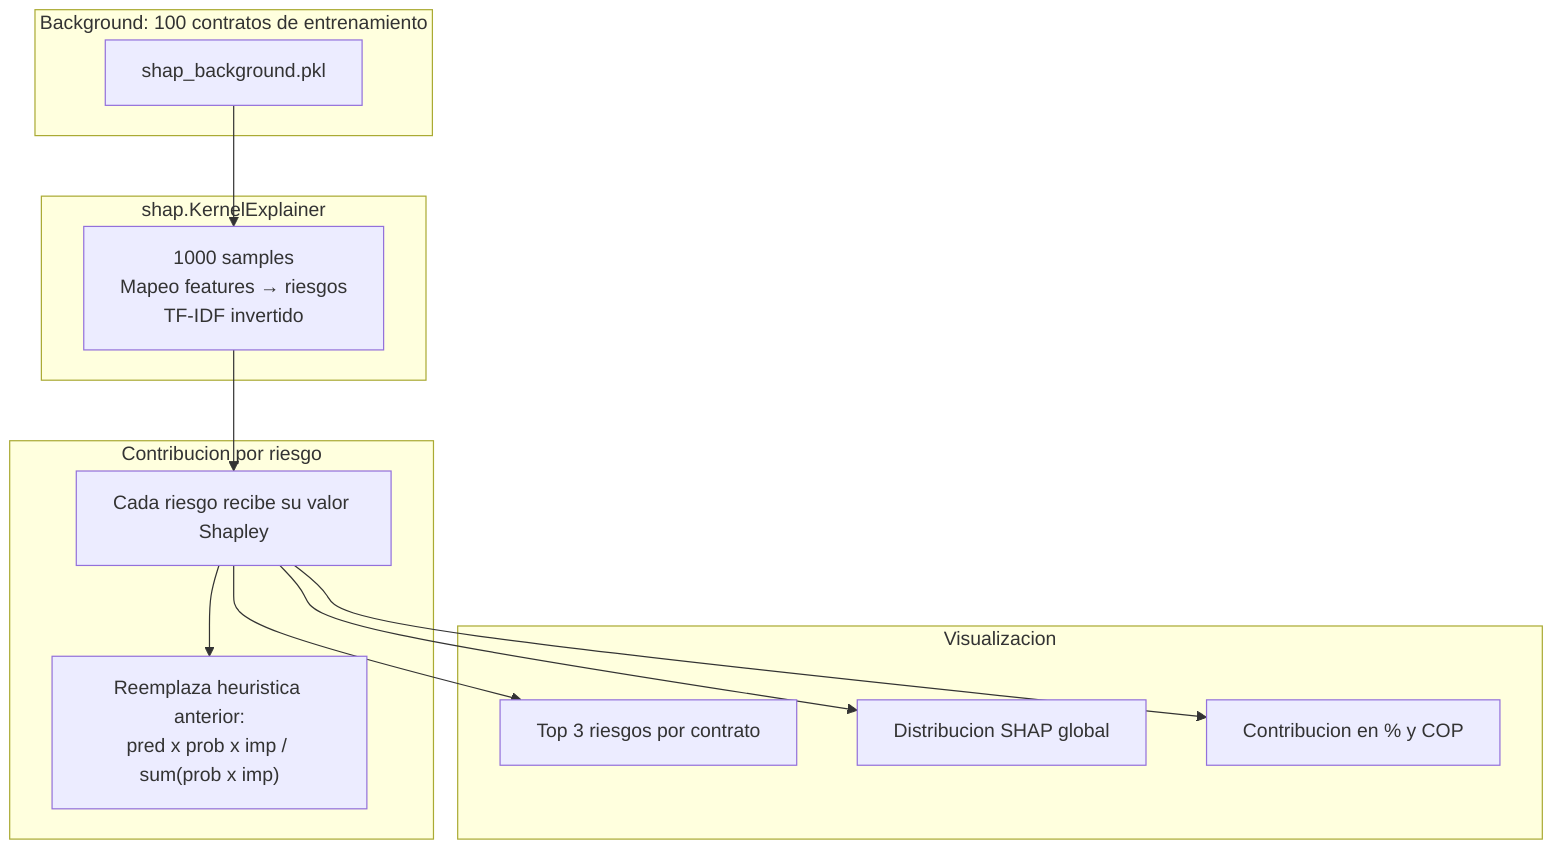
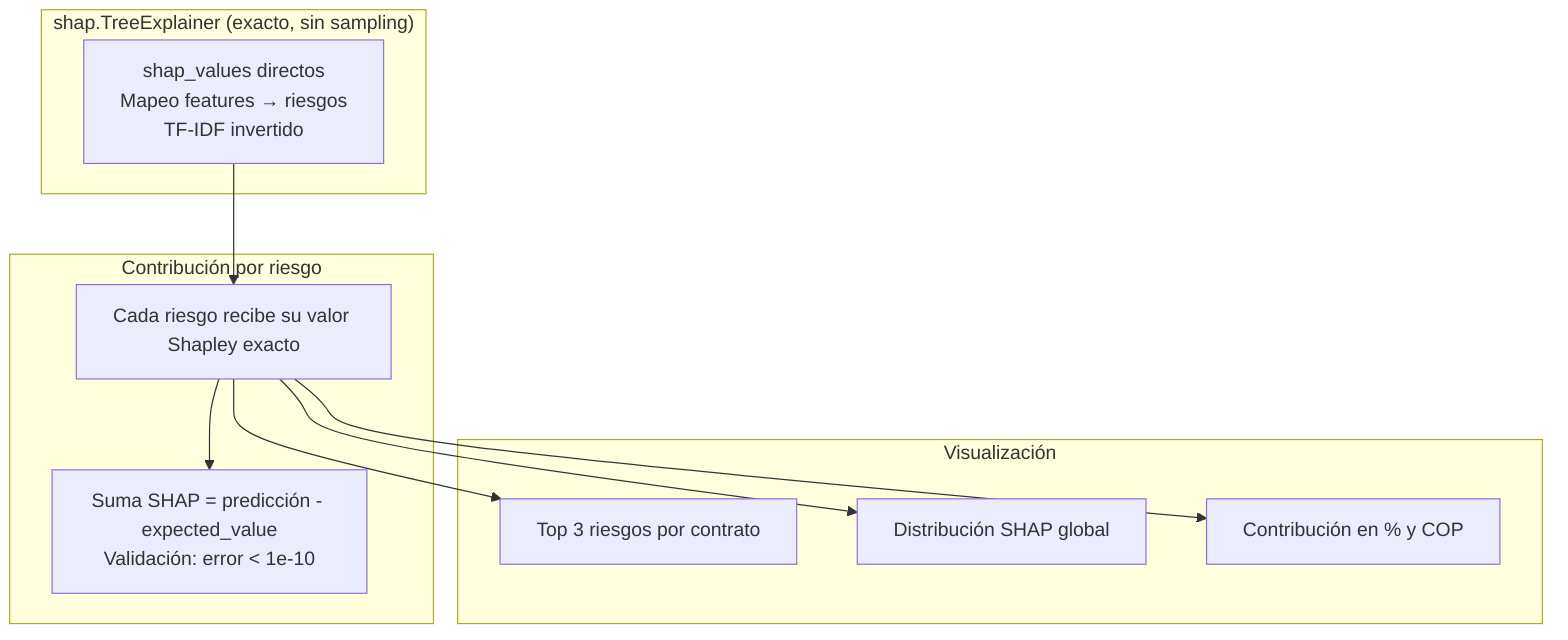
graph TD
-     subgraph Background["Background: 100 contratos de entrenamiento"]
-         BG["shap_background.pkl"]
+     subgraph TreeExplainer["shap.TreeExplainer (exacto, sin sampling)"]
+         TE["shap_values directos<br/>Mapeo features → riesgos<br/>TF-IDF invertido"]
    end

-     subgraph KernelExplainer["shap.KernelExplainer"]
-         KE["1000 samples<br/>Mapeo features → riesgos<br/>TF-IDF invertido"]
+     subgraph Output["Contribución por riesgo"]
+         O1["Cada riesgo recibe su valor Shapley exacto"]
+         O2["Suma SHAP = predicción - expected_value<br/>Validación: error &lt; 1e-10"]
    end

-     subgraph Output["Contribucion por riesgo"]
-         O1["Cada riesgo recibe su valor Shapley"]
-         O2["Reemplaza heuristica anterior:<br/>pred x prob x imp / sum(prob x imp)"]
+     subgraph Visualizacion["Visualización"]
+         V1["Top 3 riesgos por contrato"]
+         V2["Distribución SHAP global"]
+         V3["Contribución en % y COP"]
    end

-     subgraph Visualizacion["Visualizacion"]
-         V1["Top 3 riesgos por contrato"]
-         V2["Distribucion SHAP global"]
-         V3["Contribucion en % y COP"]
-     end
- 
-     BG --> KE
-     KE --> O1
+     TE --> O1
    O1 --> O2
    O1 --> V1 & V2 & V3
